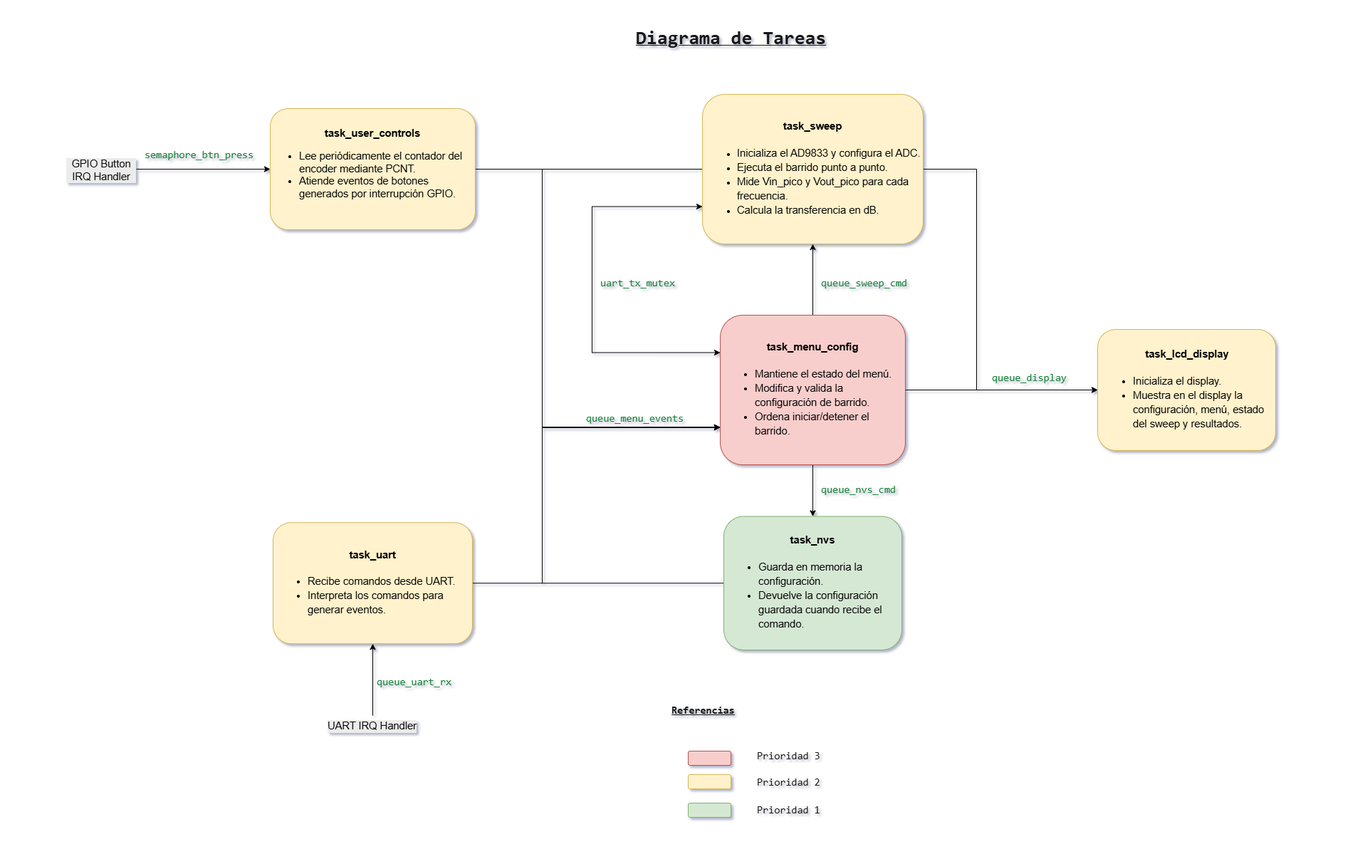
Earlier version of the draw.io export 1_ega/1_informes/Diagrama de Tareas.png (utn-fra-td3/2026_td3). Source tidied: cells renumbered, new cells last; positions are measured from the earlier drawing's top-left corner, leaving out a move shared by most shapes.
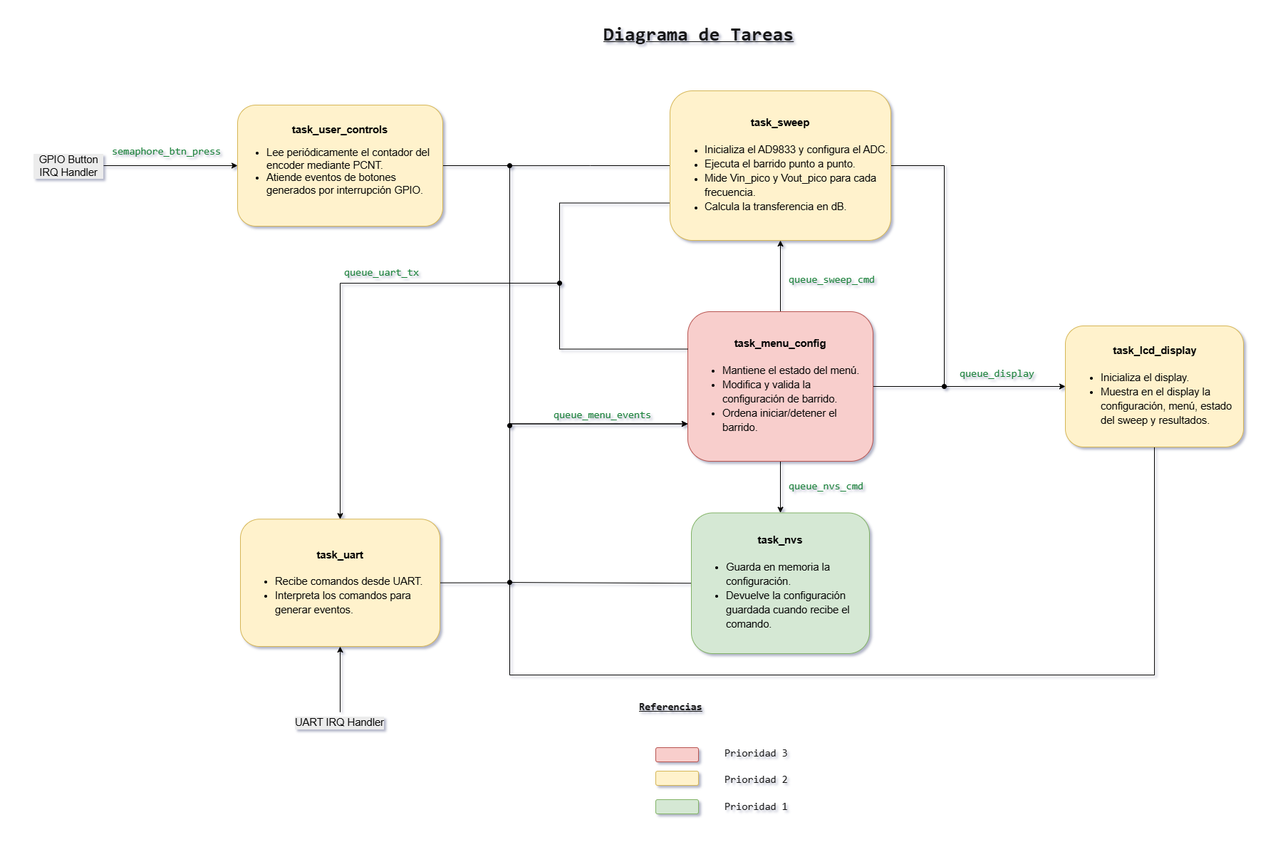
Later version of the same file.

Commit message:
actualizar diagrama para tener tarea guardiana de UART

Diff of the diagram source:
```diff
@@ -4,10 +4,7 @@
     <mxCell id="1" parent="0" />
-    <mxCell id="2" style="edgeStyle=orthogonalEdgeStyle;rounded=0;jettySize=auto;html=1;exitX=1;exitY=0.5;exitDx=0;exitDy=0;entryX=0;entryY=0.75;entryDx=0;entryDy=0;" parent="1" edge="1" source="3" target="7">
-      <mxGeometry relative="1" as="geometry">
-        <Array as="points">
-          <mxPoint x="670" y="207" />
-          <mxPoint x="670" y="569" />
-        </Array>
-      </mxGeometry>
-    </mxCell>
+    <mxCell id="36" style="edgeStyle=orthogonalEdgeStyle;rounded=0;jettySize=auto;html=1;exitX=1;exitY=0.5;exitDx=0;exitDy=0;endArrow=oval;endFill=1;" parent="1" edge="1" source="3">
+      <mxGeometry relative="1" as="geometry">
+        <mxPoint x="670" y="572" as="targetPoint" />
+      </mxGeometry>
+    </mxCell>
     <mxCell id="3" value="&lt;span id=&quot;docs-internal-guid-f5e25c48-7fff-7aae-887c-bf0aa9529bf6&quot;&gt;&lt;span style=&quot;font-size: 11pt; font-family: Arial, sans-serif; background-color: transparent; font-weight: 700; font-variant: normal; vertical-align: baseline; white-space: pre-wrap;&quot;&gt;task_user_controls&lt;/span&gt;&lt;/span&gt;&lt;div&gt;&lt;span style=&quot;font-size: 14.6667px; white-space: pre-wrap; font-family: Arial, sans-serif; background-color: transparent; color: light-dark(rgb(0, 0, 0), rgb(255, 255, 255));&quot;&gt;&lt;ul&gt;&lt;li style=&quot;text-align: left;&quot;&gt;&lt;span style=&quot;font-size: 14.6667px; white-space: pre-wrap; font-family: Arial, sans-serif; background-color: transparent; color: light-dark(rgb(0, 0, 0), rgb(255, 255, 255));&quot;&gt;Lee periódicamente el contador del encoder mediante PCNT.&lt;br&gt;&lt;/span&gt;&lt;/li&gt;&lt;li style=&quot;text-align: left;&quot;&gt;&lt;span style=&quot;font-size: 14.6667px; white-space: pre-wrap; font-family: Arial, sans-serif; background-color: transparent; color: light-dark(rgb(0, 0, 0), rgb(255, 255, 255));&quot;&gt;Atiende eventos de botones generados por interrupción GPIO.&lt;/span&gt;&lt;/li&gt;&lt;/ul&gt;&lt;/span&gt;&lt;/div&gt;" style="rounded=1;whiteSpace=wrap;html=1;fillColor=#fff2cc;strokeColor=#d6b656;" parent="1" vertex="1">
@@ -18,4 +15,6 @@
     </mxCell>
-    <mxCell id="5" style="edgeStyle=orthogonalEdgeStyle;rounded=0;jettySize=auto;html=1;exitX=1;exitY=0.5;exitDx=0;exitDy=0;entryX=0;entryY=0.5;entryDx=0;entryDy=0;" parent="1" edge="1" source="7" target="8">
-      <mxGeometry relative="1" as="geometry" />
+    <mxCell id="5" style="edgeStyle=orthogonalEdgeStyle;rounded=0;jettySize=auto;html=1;exitX=1;exitY=0.5;exitDx=0;exitDy=0;endArrow=oval;endFill=1;" parent="1" edge="1" source="7">
+      <mxGeometry relative="1" as="geometry">
+        <mxPoint x="1280" y="517" as="targetPoint" />
+      </mxGeometry>
     </mxCell>
@@ -27,2 +26,11 @@
     </mxCell>
+    <mxCell id="37" style="edgeStyle=orthogonalEdgeStyle;rounded=0;jettySize=auto;html=1;exitX=0.5;exitY=1;exitDx=0;exitDy=0;endArrow=oval;endFill=1;" parent="1" edge="1" source="8">
+      <mxGeometry relative="1" as="geometry">
+        <mxPoint x="670" y="792" as="targetPoint" />
+        <Array as="points">
+          <mxPoint x="1575" y="922" />
+          <mxPoint x="670" y="922" />
+        </Array>
+      </mxGeometry>
+    </mxCell>
     <mxCell id="8" value="&lt;div style=&quot;text-align: center;&quot;&gt;&lt;span style=&quot;background-color: transparent; font-family: Arial, sans-serif; font-size: 11pt; font-weight: 700; white-space: pre-wrap; color: light-dark(rgb(0, 0, 0), rgb(255, 255, 255));&quot;&gt;task_lcd_display&lt;/span&gt;&lt;/div&gt;&lt;div style=&quot;text-align: center;&quot;&gt;&lt;span style=&quot;background-color: transparent; font-family: Arial, sans-serif; font-size: 11pt; font-weight: 700; white-space: pre-wrap; color: light-dark(rgb(0, 0, 0), rgb(255, 255, 255));&quot;&gt;&lt;br&gt;&lt;/span&gt;&lt;/div&gt;&lt;div&gt;&lt;span id=&quot;docs-internal-guid-ec5ddbe6-7fff-3eb4-f74c-44f2345db2f4&quot;&gt;&lt;ul style=&quot;margin-top:0;margin-bottom:0;padding-inline-start:48px;&quot;&gt;&lt;li dir=&quot;ltr&quot; style=&quot;list-style-type: disc; font-size: 11pt; font-family: Arial, sans-serif; background-color: transparent; font-variant: normal; vertical-align: baseline; white-space: pre;&quot; aria-level=&quot;1&quot;&gt;&lt;p dir=&quot;ltr&quot; style=&quot;line-height:1.38;margin-top:0pt;margin-bottom:0pt;&quot; role=&quot;presentation&quot;&gt;&lt;span style=&quot;font-size: 11pt; background-color: transparent; font-variant: normal; vertical-align: baseline; white-space: pre-wrap;&quot;&gt;Inicializa el display.&lt;/span&gt;&lt;/p&gt;&lt;/li&gt;&lt;li dir=&quot;ltr&quot; style=&quot;list-style-type: disc; font-size: 11pt; font-family: Arial, sans-serif; background-color: transparent; font-variant: normal; vertical-align: baseline; white-space: pre;&quot; aria-level=&quot;1&quot;&gt;&lt;p dir=&quot;ltr&quot; style=&quot;line-height:1.38;margin-top:0pt;margin-bottom:0pt;&quot; role=&quot;presentation&quot;&gt;&lt;span style=&quot;font-size: 11pt; background-color: transparent; font-variant: normal; vertical-align: baseline; white-space: pre-wrap;&quot;&gt;Muestra en el display la configuración, menú, estado del sweep y resultados.&lt;/span&gt;&lt;/p&gt;&lt;/li&gt;&lt;/ul&gt;&lt;/span&gt;&lt;/div&gt;" style="rounded=1;whiteSpace=wrap;html=1;fillColor=#FFF2CC;strokeColor=#D6B656;align=left;" parent="1" vertex="1">
@@ -30,10 +38,2 @@
     </mxCell>
-    <mxCell id="9" style="edgeStyle=orthogonalEdgeStyle;rounded=0;jettySize=auto;html=1;exitX=0;exitY=0.5;exitDx=0;exitDy=0;entryX=0;entryY=0.75;entryDx=0;entryDy=0;" parent="1" edge="1" source="12" target="7">
-      <mxGeometry relative="1" as="geometry">
-        <Array as="points">
-          <mxPoint x="670" y="207" />
-          <mxPoint x="670" y="569" />
-        </Array>
-      </mxGeometry>
-    </mxCell>
     <mxCell id="10" style="edgeStyle=orthogonalEdgeStyle;rounded=0;jettySize=auto;html=1;exitX=1;exitY=0.5;exitDx=0;exitDy=0;entryX=0;entryY=0.5;entryDx=0;entryDy=0;" parent="1" edge="1" source="12" target="8">
@@ -46,3 +46,3 @@
     </mxCell>
-    <mxCell id="11" style="edgeStyle=orthogonalEdgeStyle;rounded=0;jettySize=auto;html=1;exitX=0;exitY=0.75;exitDx=0;exitDy=0;entryX=0;entryY=0.25;entryDx=0;entryDy=0;startArrow=classic;startFill=1;" parent="1" edge="1" source="12" target="7">
+    <mxCell id="11" style="edgeStyle=orthogonalEdgeStyle;rounded=0;jettySize=auto;html=1;exitX=0;exitY=0.75;exitDx=0;exitDy=0;entryX=0;entryY=0.25;entryDx=0;entryDy=0;startArrow=none;startFill=0;endArrow=none;endFill=0;" parent="1" edge="1" source="12" target="7">
       <mxGeometry relative="1" as="geometry">
@@ -54,2 +54,7 @@
     </mxCell>
+    <mxCell id="38" style="edgeStyle=orthogonalEdgeStyle;rounded=0;jettySize=auto;html=1;exitX=0;exitY=0.5;exitDx=0;exitDy=0;endArrow=oval;endFill=1;" parent="1" edge="1" source="12">
+      <mxGeometry relative="1" as="geometry">
+        <mxPoint x="670" y="207.1" as="targetPoint" />
+      </mxGeometry>
+    </mxCell>
     <mxCell id="12" value="&lt;span id=&quot;docs-internal-guid-1cc1457f-7fff-a1cf-8beb-b9941dfd34c7&quot;&gt;&lt;span style=&quot;font-size: 11pt; font-family: Arial, sans-serif; background-color: transparent; font-weight: 700; font-variant: normal; vertical-align: baseline; white-space: pre-wrap;&quot;&gt;task_sweep&lt;/span&gt;&lt;/span&gt;&lt;div&gt;&lt;font face=&quot;Arial, sans-serif&quot;&gt;&lt;span style=&quot;font-size: 14.6667px; white-space-collapse: preserve;&quot;&gt;&lt;b&gt;&lt;br&gt;&lt;/b&gt;&lt;/span&gt;&lt;/font&gt;&lt;div&gt;&lt;span id=&quot;docs-internal-guid-a4668f82-7fff-54fa-a204-dd823b2c8a82&quot;&gt;&lt;ul style=&quot;margin-top:0;margin-bottom:0;padding-inline-start:48px;&quot;&gt;&lt;li dir=&quot;ltr&quot; style=&quot;list-style-type: disc; background-color: transparent; font-variant-numeric: normal; font-variant-east-asian: normal; font-variant-alternates: normal; font-variant-position: normal; font-variant-emoji: normal; vertical-align: baseline;&quot; aria-level=&quot;1&quot;&gt;&lt;p dir=&quot;ltr&quot; style=&quot;text-align: left; line-height: 1.38; margin-top: 0pt; margin-bottom: 0pt;&quot; role=&quot;presentation&quot;&gt;&lt;font face=&quot;Arial, sans-serif&quot;&gt;&lt;span style=&quot;font-size: 14.6667px; white-space-collapse: preserve;&quot;&gt;Inicializa el AD9833 y configura el ADC.&lt;/span&gt;&lt;/font&gt;&lt;/p&gt;&lt;/li&gt;&lt;li dir=&quot;ltr&quot; style=&quot;list-style-type: disc; background-color: transparent; font-variant-numeric: normal; font-variant-east-asian: normal; font-variant-alternates: normal; font-variant-position: normal; font-variant-emoji: normal; vertical-align: baseline;&quot; aria-level=&quot;1&quot;&gt;&lt;p dir=&quot;ltr&quot; style=&quot;text-align: left; line-height: 1.38; margin-top: 0pt; margin-bottom: 0pt;&quot; role=&quot;presentation&quot;&gt;&lt;font face=&quot;Arial, sans-serif&quot;&gt;&lt;span style=&quot;font-size: 14.6667px; white-space-collapse: preserve;&quot;&gt;Ejecuta el barrido punto a punto.&lt;/span&gt;&lt;/font&gt;&lt;/p&gt;&lt;/li&gt;&lt;li dir=&quot;ltr&quot; style=&quot;list-style-type: disc; background-color: transparent; font-variant-numeric: normal; font-variant-east-asian: normal; font-variant-alternates: normal; font-variant-position: normal; font-variant-emoji: normal; vertical-align: baseline;&quot; aria-level=&quot;1&quot;&gt;&lt;p dir=&quot;ltr&quot; style=&quot;text-align: left; line-height: 1.38; margin-top: 0pt; margin-bottom: 0pt;&quot; role=&quot;presentation&quot;&gt;&lt;font face=&quot;Arial, sans-serif&quot;&gt;&lt;span style=&quot;font-size: 14.6667px; white-space-collapse: preserve;&quot;&gt;Mide Vin_pico y Vout_pico para cada frecuencia.&lt;/span&gt;&lt;/font&gt;&lt;/p&gt;&lt;/li&gt;&lt;li dir=&quot;ltr&quot; style=&quot;list-style-type: disc; background-color: transparent; font-variant-numeric: normal; font-variant-east-asian: normal; font-variant-alternates: normal; font-variant-position: normal; font-variant-emoji: normal; vertical-align: baseline;&quot; aria-level=&quot;1&quot;&gt;&lt;p dir=&quot;ltr&quot; style=&quot;text-align: left; line-height: 1.38; margin-top: 0pt; margin-bottom: 0pt;&quot; role=&quot;presentation&quot;&gt;&lt;font face=&quot;Arial, sans-serif&quot;&gt;&lt;span style=&quot;font-size: 14.6667px; white-space-collapse: preserve;&quot;&gt;Calcula la transferencia en dB.&lt;/span&gt;&lt;/font&gt;&lt;/p&gt;&lt;/li&gt;&lt;/ul&gt;&lt;/span&gt;&lt;/div&gt;&lt;/div&gt;" style="rounded=1;whiteSpace=wrap;html=1;fillColor=#FFF2CC;strokeColor=#D6B656;align=center;" parent="1" vertex="1">
@@ -60,4 +65,4 @@
         <Array as="points">
-          <mxPoint x="670" y="788" />
-          <mxPoint x="670" y="569" />
+          <mxPoint x="670" y="793" />
+          <mxPoint x="670" y="570" />
         </Array>
@@ -65,4 +70,12 @@
     </mxCell>
+    <mxCell id="39" style="edgeStyle=orthogonalEdgeStyle;rounded=0;jettySize=auto;html=1;exitX=0.5;exitY=0;exitDx=0;exitDy=0;endArrow=oval;endFill=1;startArrow=classic;startFill=1;" parent="1" edge="1" source="14">
+      <mxGeometry relative="1" as="geometry">
+        <mxPoint x="740" y="372" as="targetPoint" />
+        <Array as="points">
+          <mxPoint x="432" y="372" />
+        </Array>
+      </mxGeometry>
+    </mxCell>
     <mxCell id="14" value="&lt;span id=&quot;docs-internal-guid-1eb24435-7fff-325e-03cc-9f2f78692a3b&quot;&gt;&lt;span style=&quot;font-size: 11pt; font-family: Arial, sans-serif; background-color: transparent; font-weight: 700; font-variant: normal; vertical-align: baseline; white-space: pre-wrap;&quot;&gt;task_uart&lt;/span&gt;&lt;/span&gt;&lt;div&gt;&lt;font face=&quot;Arial, sans-serif&quot;&gt;&lt;span style=&quot;font-size: 14.6667px; white-space-collapse: preserve;&quot;&gt;&lt;b&gt;&lt;br&gt;&lt;/b&gt;&lt;/span&gt;&lt;/font&gt;&lt;div&gt;&lt;span style=&quot;background-color: transparent; color: rgb(23, 23, 23);&quot;&gt;&lt;span id=&quot;docs-internal-guid-3b58ae1b-7fff-295e-95f2-402542c14e5a&quot; style=&quot;&quot;&gt;&lt;ul style=&quot;margin-top: 0px; margin-bottom: 0px; padding-inline-start: 48px;&quot;&gt;&lt;li dir=&quot;ltr&quot; style=&quot;color: rgb(0, 0, 0); font-family: Arial, sans-serif; font-size: 11pt; white-space: pre; list-style-type: disc; background-color: transparent; font-variant: normal; vertical-align: baseline;&quot; aria-level=&quot;1&quot;&gt;&lt;p dir=&quot;ltr&quot; style=&quot;text-align: left; line-height: 1.38; margin-top: 0pt; margin-bottom: 0pt;&quot; role=&quot;presentation&quot;&gt;&lt;span style=&quot;font-size: 11pt; background-color: transparent; font-variant: normal; vertical-align: baseline; white-space: pre-wrap;&quot;&gt;Recibe comandos desde UART.&lt;/span&gt;&lt;/p&gt;&lt;/li&gt;&lt;li dir=&quot;ltr&quot; style=&quot;color: rgb(0, 0, 0); font-family: Arial, sans-serif; font-size: 11pt; white-space: pre; list-style-type: disc; background-color: transparent; font-variant: normal; vertical-align: baseline;&quot; aria-level=&quot;1&quot;&gt;&lt;p dir=&quot;ltr&quot; style=&quot;text-align: left; line-height: 1.38; margin-top: 0pt; margin-bottom: 0pt;&quot; role=&quot;presentation&quot;&gt;&lt;span style=&quot;font-size: 11pt; background-color: transparent; font-variant: normal; vertical-align: baseline; white-space: pre-wrap;&quot;&gt;Interpreta los comandos para generar eventos.&lt;/span&gt;&lt;/p&gt;&lt;/li&gt;&lt;/ul&gt;&lt;/span&gt;&lt;/span&gt;&lt;/div&gt;&lt;/div&gt;" style="rounded=1;whiteSpace=wrap;html=1;fillColor=#fff2cc;strokeColor=#d6b656;" parent="1" vertex="1">
-      <mxGeometry x="292" y="703.2" width="280" height="170" as="geometry" />
+      <mxGeometry x="292" y="703.2" width="280" height="178.8" as="geometry" />
     </mxCell>
@@ -71,4 +84,5 @@
         <Array as="points">
-          <mxPoint x="670" y="788" />
-          <mxPoint x="670" y="569" />
+          <mxPoint x="925" y="792" />
+          <mxPoint x="670" y="792" />
+          <mxPoint x="670" y="570" />
         </Array>
@@ -77,3 +91,3 @@
     <mxCell id="16" value="&lt;span id=&quot;docs-internal-guid-a7e25e7e-7fff-7f39-daf7-405a087e2625&quot;&gt;&lt;span style=&quot;font-size: 11pt; font-family: Arial, sans-serif; background-color: transparent; font-weight: 700; font-variant: normal; vertical-align: baseline; white-space: pre-wrap;&quot;&gt;task_nvs&lt;/span&gt;&lt;/span&gt;&lt;div&gt;&lt;font face=&quot;Arial, sans-serif&quot;&gt;&lt;span style=&quot;font-size: 14.6667px; white-space-collapse: preserve;&quot;&gt;&lt;b&gt;&lt;br&gt;&lt;/b&gt;&lt;/span&gt;&lt;/font&gt;&lt;div&gt;&lt;span id=&quot;docs-internal-guid-966057dd-7fff-1ab2-a682-61503ede130f&quot;&gt;&lt;ul style=&quot;margin-top:0;margin-bottom:0;padding-inline-start:48px;&quot;&gt;&lt;li dir=&quot;ltr&quot; style=&quot;list-style-type: disc; font-size: 11pt; font-family: Arial, sans-serif; background-color: transparent; font-variant: normal; vertical-align: baseline; white-space: pre;&quot; aria-level=&quot;1&quot;&gt;&lt;p dir=&quot;ltr&quot; style=&quot;text-align: left; line-height: 1.38; margin-top: 0pt; margin-bottom: 0pt;&quot; role=&quot;presentation&quot;&gt;&lt;span style=&quot;font-size: 11pt; background-color: transparent; font-variant: normal; vertical-align: baseline; white-space: pre-wrap;&quot;&gt;Guarda en memoria la configuración.&lt;/span&gt;&lt;/p&gt;&lt;/li&gt;&lt;li dir=&quot;ltr&quot; style=&quot;list-style-type: disc; font-size: 11pt; font-family: Arial, sans-serif; background-color: transparent; font-variant: normal; vertical-align: baseline; white-space: pre;&quot; aria-level=&quot;1&quot;&gt;&lt;p dir=&quot;ltr&quot; style=&quot;text-align: left; line-height: 1.38; margin-top: 0pt; margin-bottom: 0pt;&quot; role=&quot;presentation&quot;&gt;&lt;span style=&quot;font-size: 11pt; background-color: transparent; font-variant: normal; vertical-align: baseline; white-space: pre-wrap;&quot;&gt;Devuelve la configuración guardada cuando recibe el comando.&lt;/span&gt;&lt;/p&gt;&lt;/li&gt;&lt;/ul&gt;&lt;/span&gt;&lt;/div&gt;&lt;/div&gt;" style="rounded=1;whiteSpace=wrap;html=1;fillColor=#d5e8d4;strokeColor=#82b366;" parent="1" vertex="1">
-      <mxGeometry x="925" y="694.5" width="250" height="187.5" as="geometry" />
+      <mxGeometry x="925" y="694.5" width="250" height="197.5" as="geometry" />
     </mxCell>
@@ -91,4 +105,4 @@
     </mxCell>
-    <mxCell id="21" value="&lt;span id=&quot;docs-internal-guid-9b7627f1-7fff-a89b-6c6b-7334d1ac0833&quot;&gt;&lt;span style=&quot;font-size: 11pt; font-family: &amp;quot;Roboto Mono&amp;quot;, monospace; color: rgb(24, 128, 56); background-color: transparent; font-variant: normal; vertical-align: baseline; white-space: pre-wrap;&quot;&gt;uart_tx_mutex&lt;/span&gt;&lt;/span&gt;" style="text;whiteSpace=wrap;html=1;" parent="1" vertex="1">
-      <mxGeometry x="750" y="352" width="170" height="40" as="geometry" />
+    <mxCell id="21" value="&lt;span id=&quot;docs-internal-guid-9b7627f1-7fff-a89b-6c6b-7334d1ac0833&quot;&gt;&lt;span style=&quot;font-size: 11pt; font-family: &amp;quot;Roboto Mono&amp;quot;, monospace; color: rgb(24, 128, 56); background-color: transparent; font-variant: normal; vertical-align: baseline; white-space: pre-wrap;&quot;&gt;queue_uart_tx&lt;/span&gt;&lt;/span&gt;" style="text;whiteSpace=wrap;html=1;" parent="1" vertex="1">
+      <mxGeometry x="436" y="342" width="170" height="40" as="geometry" />
     </mxCell>
@@ -133,5 +147,2 @@
     </mxCell>
-    <mxCell id="35" value="&lt;b style=&quot;font-weight:normal;&quot; id=&quot;docs-internal-guid-e3ff179f-7fff-8e6d-157f-231320e1d9e0&quot;&gt;&lt;span style=&quot;font-size:11pt;font-family:'Roboto Mono',monospace;color:#188038;background-color:transparent;font-weight:400;font-style:normal;font-variant:normal;text-decoration:none;vertical-align:baseline;white-space:pre;white-space:pre-wrap;&quot;&gt;queue_uart_rx&lt;/span&gt;&lt;/b&gt;" style="text;whiteSpace=wrap;html=1;" parent="1" vertex="1">
-      <mxGeometry x="436" y="912" width="140" height="40" as="geometry" />
-    </mxCell>
   </root>
```
